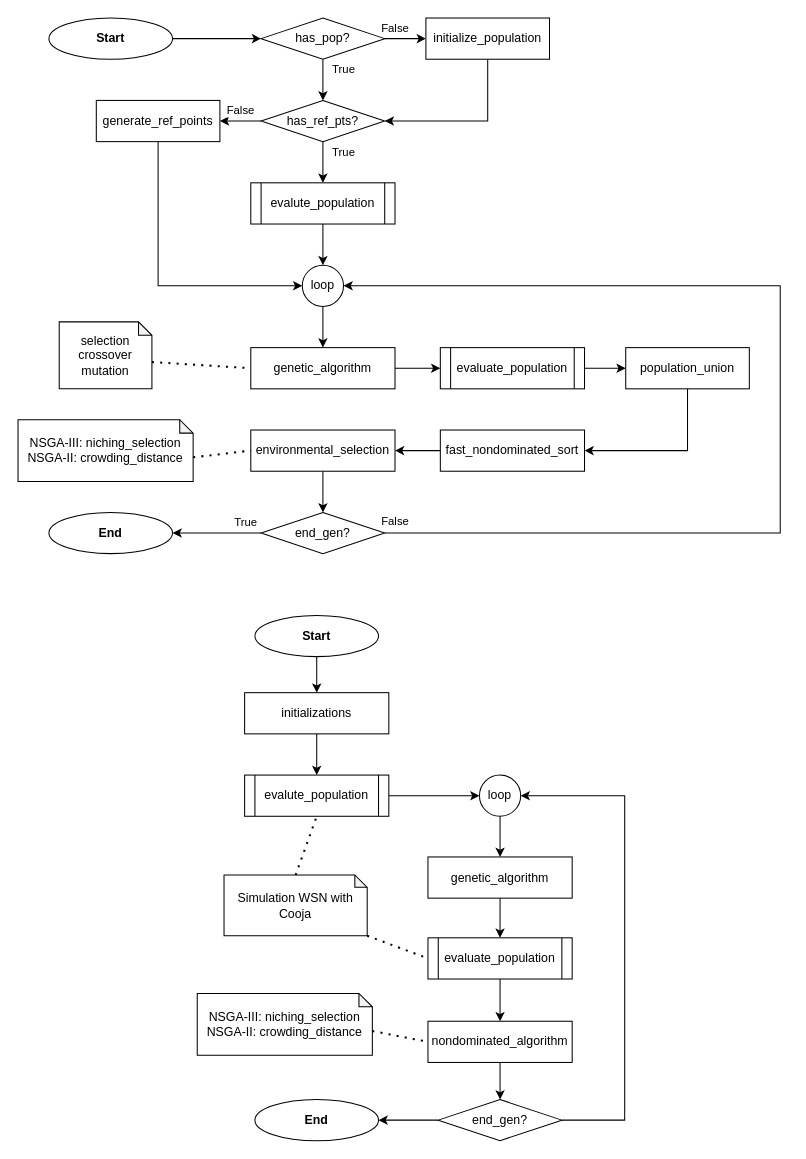
This is page "minimal-nsga-flow" (4 of 6) of docs/diagrams/diagrams.drawio from JunioCesarFerreira/simlab, a draw.io file, before an edit. Source tidied: cells renumbered, new cells numbered last; positions are measured from the earlier drawing's top-left corner, leaving out a move shared by most shapes. Both pictures are drawn from the tidied source at 103%, with x=0, y=0 at pixel (18, 18).
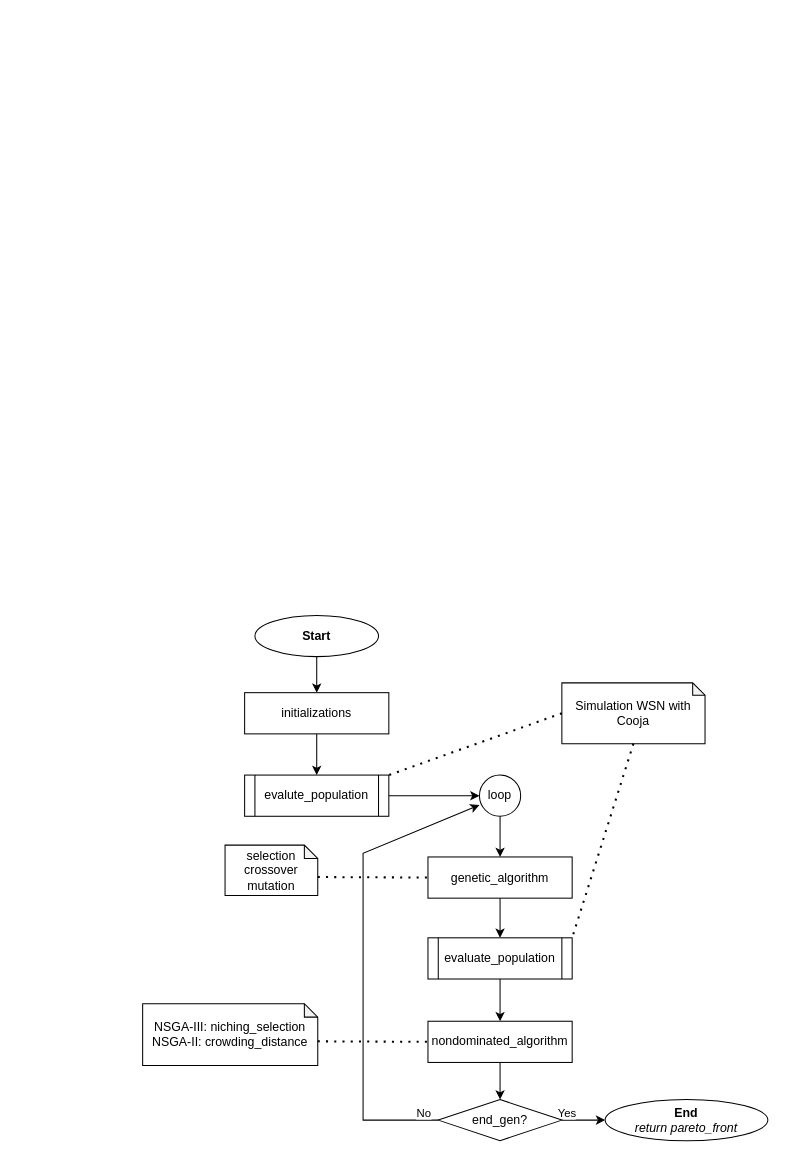
Above is the later version.

Commit message (it also covers changes not shown here):
review: code review nsga3

The change refers to these unchanged cells:
```xml
<mxCell id="41" value="loop" style="ellipse;whiteSpace=wrap;html=1;" parent="1" vertex="1">
  <mxGeometry x="448" y="735" width="40" height="40" as="geometry" />
</mxCell>
<mxCell id="43" value="genetic_algorithm" style="rounded=0;whiteSpace=wrap;html=1;" parent="1" vertex="1">
  <mxGeometry x="398" y="814.5" width="140" height="40" as="geometry" />
</mxCell>
<mxCell id="45" value="&lt;span&gt;evalute_population&lt;/span&gt;" style="shape=process;whiteSpace=wrap;html=1;backgroundOutline=1;size=0.07142857142857142;" parent="1" vertex="1">
  <mxGeometry x="220" y="735" width="140" height="40" as="geometry" />
</mxCell>
<mxCell id="50" value="end_gen?" style="rhombus;whiteSpace=wrap;html=1;" parent="1" vertex="1">
  <mxGeometry x="408" y="1050" width="120" height="40" as="geometry" />
</mxCell>
<mxCell id="53" value="&lt;span&gt;evaluate_population&lt;/span&gt;" style="shape=process;whiteSpace=wrap;html=1;backgroundOutline=1;size=0.07142857142857142;" parent="1" vertex="1">
  <mxGeometry x="398" y="893" width="140" height="40" as="geometry" />
</mxCell>
```

The edit, as a diff of the source:
```diff
@@
-    <mxCell id="2" style="edgeStyle=orthogonalEdgeStyle;rounded=0;jettySize=auto;html=1;exitX=1;exitY=0.5;exitDx=0;exitDy=0;entryX=0;entryY=0.5;entryDx=0;entryDy=0;" parent="1" edge="1" source="3" target="8">
-      <mxGeometry relative="1" as="geometry" />
-    </mxCell>
-    <mxCell id="3" value="&lt;b&gt;Start&lt;/b&gt;" style="ellipse;whiteSpace=wrap;html=1;" parent="1" vertex="1">
-      <mxGeometry x="30" width="120" height="40" as="geometry" />
-    </mxCell>
-    <mxCell id="4" style="edgeStyle=orthogonalEdgeStyle;rounded=0;jettySize=auto;html=1;exitX=0.5;exitY=1;exitDx=0;exitDy=0;entryX=1;entryY=0.5;entryDx=0;entryDy=0;" parent="1" edge="1" source="5" target="11">
-      <mxGeometry relative="1" as="geometry" />
-    </mxCell>
-    <mxCell id="5" value="initialize_population" style="rounded=0;whiteSpace=wrap;html=1;" parent="1" vertex="1">
-      <mxGeometry x="396" width="120" height="40" as="geometry" />
-    </mxCell>
-    <mxCell id="6" value="False" style="edgeStyle=orthogonalEdgeStyle;rounded=0;jettySize=auto;html=1;exitX=1;exitY=0.5;exitDx=0;exitDy=0;entryX=0;entryY=0.5;entryDx=0;entryDy=0;" parent="1" edge="1" source="8" target="5">
-      <mxGeometry x="-0.5" y="10" relative="1" as="geometry" />
-    </mxCell>
-    <mxCell id="7" value="True" style="edgeStyle=orthogonalEdgeStyle;rounded=0;jettySize=auto;html=1;exitX=0.5;exitY=1;exitDx=0;exitDy=0;" parent="1" edge="1" source="8" target="11">
-      <mxGeometry x="-0.5" y="20" relative="1" as="geometry" />
-    </mxCell>
-    <mxCell id="8" value="has_pop?" style="rhombus;whiteSpace=wrap;html=1;" parent="1" vertex="1">
-      <mxGeometry x="236" width="120" height="40" as="geometry" />
-    </mxCell>
-    <mxCell id="9" value="False" style="edgeStyle=orthogonalEdgeStyle;rounded=0;jettySize=auto;html=1;exitX=0;exitY=0.5;exitDx=0;exitDy=0;" parent="1" edge="1" source="11" target="13">
-      <mxGeometry y="-10" relative="1" as="geometry" />
-    </mxCell>
-    <mxCell id="10" value="True" style="edgeStyle=orthogonalEdgeStyle;rounded=0;jettySize=auto;html=1;exitX=0.5;exitY=1;exitDx=0;exitDy=0;" parent="1" edge="1" source="11" target="21">
-      <mxGeometry x="-0.5" y="20" relative="1" as="geometry" />
-    </mxCell>
-    <mxCell id="11" value="has_ref_pts?" style="rhombus;whiteSpace=wrap;html=1;" parent="1" vertex="1">
-      <mxGeometry x="236" y="80" width="120" height="40" as="geometry" />
-    </mxCell>
-    <mxCell id="12" style="edgeStyle=orthogonalEdgeStyle;rounded=0;jettySize=auto;html=1;exitX=0.5;exitY=1;exitDx=0;exitDy=0;entryX=0;entryY=0.5;entryDx=0;entryDy=0;" parent="1" edge="1" source="13" target="15">
-      <mxGeometry relative="1" as="geometry" />
-    </mxCell>
-    <mxCell id="13" value="generate_ref_points" style="rounded=0;whiteSpace=wrap;html=1;" parent="1" vertex="1">
-      <mxGeometry x="76" y="80" width="120" height="40" as="geometry" />
-    </mxCell>
-    <mxCell id="14" style="edgeStyle=orthogonalEdgeStyle;rounded=0;jettySize=auto;html=1;exitX=0.5;exitY=1;exitDx=0;exitDy=0;" parent="1" edge="1" source="15" target="17">
-      <mxGeometry relative="1" as="geometry" />
-    </mxCell>
-    <mxCell id="15" value="loop" style="ellipse;whiteSpace=wrap;html=1;" parent="1" vertex="1">
-      <mxGeometry x="276" y="240" width="40" height="40" as="geometry" />
-    </mxCell>
-    <mxCell id="16" style="edgeStyle=orthogonalEdgeStyle;rounded=0;jettySize=auto;html=1;exitX=1;exitY=0.5;exitDx=0;exitDy=0;" parent="1" edge="1" source="17" target="31">
-      <mxGeometry relative="1" as="geometry" />
-    </mxCell>
-    <mxCell id="17" value="genetic_algorithm" style="rounded=0;whiteSpace=wrap;html=1;" parent="1" vertex="1">
-      <mxGeometry x="226" y="320" width="140" height="40" as="geometry" />
-    </mxCell>
-    <mxCell id="18" style="edgeStyle=orthogonalEdgeStyle;rounded=0;jettySize=auto;html=1;exitX=0;exitY=0.5;exitDx=0;exitDy=0;entryX=1;entryY=0.5;entryDx=0;entryDy=0;" parent="1" edge="1" source="19" target="23">
-      <mxGeometry relative="1" as="geometry" />
-    </mxCell>
-    <mxCell id="19" value="fast_nondominated_sort" style="rounded=0;whiteSpace=wrap;html=1;" parent="1" vertex="1">
-      <mxGeometry x="410" y="400" width="140" height="40" as="geometry" />
-    </mxCell>
-    <mxCell id="20" style="edgeStyle=orthogonalEdgeStyle;rounded=0;jettySize=auto;html=1;exitX=0.5;exitY=1;exitDx=0;exitDy=0;entryX=0.5;entryY=0;entryDx=0;entryDy=0;" parent="1" edge="1" source="21" target="15">
-      <mxGeometry relative="1" as="geometry" />
-    </mxCell>
-    <mxCell id="21" value="&lt;span&gt;evalute_population&lt;/span&gt;" style="shape=process;whiteSpace=wrap;html=1;backgroundOutline=1;size=0.07142857142857142;" parent="1" vertex="1">
-      <mxGeometry x="226" y="160" width="140" height="40" as="geometry" />
-    </mxCell>
-    <mxCell id="22" style="edgeStyle=orthogonalEdgeStyle;rounded=0;jettySize=auto;html=1;exitX=0.5;exitY=1;exitDx=0;exitDy=0;" parent="1" edge="1" source="23" target="26">
-      <mxGeometry relative="1" as="geometry" />
-    </mxCell>
-    <mxCell id="23" value="environmental_selection" style="rounded=0;whiteSpace=wrap;html=1;" parent="1" vertex="1">
-      <mxGeometry x="226" y="400" width="140" height="40" as="geometry" />
-    </mxCell>
-    <mxCell id="24" value="False" style="edgeStyle=orthogonalEdgeStyle;rounded=0;jettySize=auto;html=1;exitX=1;exitY=0.5;exitDx=0;exitDy=0;entryX=1;entryY=0.5;entryDx=0;entryDy=0;" parent="1" edge="1" source="26" target="15">
-      <mxGeometry x="-0.98" y="11" relative="1" as="geometry">
-        <Array as="points">
-          <mxPoint x="740" y="500" />
-          <mxPoint x="740" y="260" />
-        </Array>
-      </mxGeometry>
-    </mxCell>
-    <mxCell id="25" value="True" style="edgeStyle=orthogonalEdgeStyle;rounded=0;jettySize=auto;html=1;exitX=0;exitY=0.5;exitDx=0;exitDy=0;entryX=1;entryY=0.5;entryDx=0;entryDy=0;" parent="1" edge="1" source="26" target="27">
-      <mxGeometry x="-0.65" y="-10" relative="1" as="geometry" />
-    </mxCell>
-    <mxCell id="26" value="end_gen?" style="rhombus;whiteSpace=wrap;html=1;" parent="1" vertex="1">
-      <mxGeometry x="236" y="480" width="120" height="40" as="geometry" />
-    </mxCell>
-    <mxCell id="27" value="&lt;b&gt;End&lt;/b&gt;" style="ellipse;whiteSpace=wrap;html=1;" parent="1" vertex="1">
-      <mxGeometry x="30" y="480" width="120" height="40" as="geometry" />
-    </mxCell>
-    <mxCell id="28" value="selection&lt;br&gt;crossover&lt;br&gt;mutation" style="shape=note;whiteSpace=wrap;html=1;backgroundOutline=1;darkOpacity=0.05;size=13;" parent="1" vertex="1">
-      <mxGeometry x="40" y="295" width="90" height="65" as="geometry" />
-    </mxCell>
-    <mxCell id="29" value="NSGA-III: niching_selection&lt;br&gt;NSGA-II: crowding_distance" style="shape=note;whiteSpace=wrap;html=1;backgroundOutline=1;darkOpacity=0.05;size=13;" parent="1" vertex="1">
-      <mxGeometry y="390" width="170" height="60" as="geometry" />
-    </mxCell>
-    <mxCell id="30" style="edgeStyle=orthogonalEdgeStyle;rounded=0;jettySize=auto;html=1;exitX=1;exitY=0.5;exitDx=0;exitDy=0;entryX=0;entryY=0.5;entryDx=0;entryDy=0;" parent="1" edge="1" source="31" target="35">
-      <mxGeometry relative="1" as="geometry" />
-    </mxCell>
-    <mxCell id="31" value="&lt;span&gt;evaluate_population&lt;/span&gt;" style="shape=process;whiteSpace=wrap;html=1;backgroundOutline=1;size=0.07142857142857142;" parent="1" vertex="1">
-      <mxGeometry x="410" y="320" width="140" height="40" as="geometry" />
-    </mxCell>
-    <mxCell id="32" style="endArrow=none;dashed=1;html=1;dashPattern=1 3;strokeWidth=2;entryX=0;entryY=0.5;entryDx=0;entryDy=0;exitX=0;exitY=0;exitDx=90;exitDy=39;exitPerimeter=0;" parent="1" edge="1" source="28" target="17">
-      <mxGeometry relative="1" as="geometry" />
-    </mxCell>
-    <mxCell id="33" style="endArrow=none;dashed=1;html=1;dashPattern=1 3;strokeWidth=2;entryX=0;entryY=0.5;entryDx=0;entryDy=0;exitX=0;exitY=0;exitDx=170;exitDy=36.5;exitPerimeter=0;" parent="1" edge="1" source="29" target="23">
-      <mxGeometry relative="1" as="geometry" />
-    </mxCell>
-    <mxCell id="34" style="edgeStyle=orthogonalEdgeStyle;rounded=0;jettySize=auto;html=1;exitX=0.5;exitY=1;exitDx=0;exitDy=0;entryX=1;entryY=0.5;entryDx=0;entryDy=0;" parent="1" edge="1" source="35" target="19">
-      <mxGeometry relative="1" as="geometry" />
-    </mxCell>
-    <mxCell id="35" value="population_union" style="rounded=0;whiteSpace=wrap;html=1;" parent="1" vertex="1">
-      <mxGeometry x="590" y="320" width="120" height="40" as="geometry" />
-    </mxCell>
@@
+    <mxCell id="49" value="No" style="rounded=0;jettySize=auto;html=1;exitX=0;exitY=0.5;exitDx=0;exitDy=0;entryX=0;entryY=0.725;entryDx=0;entryDy=0;entryPerimeter=0;endArrow=classic;endFill=1;" parent="1" edge="1" source="50" target="41">
+      <mxGeometry x="-0.94" y="-7" relative="1" as="geometry">
+        <Array as="points">
+          <mxPoint x="335" y="1070" />
+          <mxPoint x="335" y="811" />
+        </Array>
+      </mxGeometry>
+    </mxCell>
-    <mxCell id="48" style="edgeStyle=orthogonalEdgeStyle;rounded=0;jettySize=auto;html=1;exitX=0;exitY=0.5;exitDx=0;exitDy=0;" parent="1" edge="1" source="50" target="51">
-      <mxGeometry relative="1" as="geometry" />
+    <mxCell id="48" value="Yes" style="edgeStyle=none;rounded=0;jettySize=auto;html=1;exitX=1;exitY=0.5;exitDx=0;exitDy=0;entryX=0;entryY=0.5;entryDx=0;entryDy=0;endArrow=classic;endFill=1;" parent="1" edge="1" source="50" target="51">
+      <mxGeometry x="-0.76" y="7" relative="1" as="geometry" />
     </mxCell>
-    <mxCell id="49" style="edgeStyle=orthogonalEdgeStyle;rounded=0;jettySize=auto;html=1;exitX=1;exitY=0.5;exitDx=0;exitDy=0;entryX=1;entryY=0.5;entryDx=0;entryDy=0;" parent="1" edge="1" source="50" target="41">
-      <mxGeometry relative="1" as="geometry">
-        <Array as="points">
-          <mxPoint x="589" y="1070" />
-          <mxPoint x="589" y="755" />
-        </Array>
-      </mxGeometry>
-    </mxCell>
@@
-    <mxCell id="51" value="&lt;b&gt;End&lt;/b&gt;" style="ellipse;whiteSpace=wrap;html=1;" parent="1" vertex="1">
-      <mxGeometry x="230" y="1050" width="120" height="40" as="geometry" />
+    <mxCell id="51" value="&lt;b&gt;End&lt;/b&gt;&lt;br&gt;&lt;i&gt;return pareto_front&lt;/i&gt;" style="ellipse;whiteSpace=wrap;html=1;" parent="1" vertex="1">
+      <mxGeometry x="570" y="1050" width="158" height="40" as="geometry" />
     </mxCell>
@@
     <mxCell id="54" value="Simulation WSN with Cooja" style="shape=note;whiteSpace=wrap;html=1;backgroundOutline=1;darkOpacity=0.05;size=12;" parent="1" vertex="1">
-      <mxGeometry x="200" y="832" width="139" height="59" as="geometry" />
+      <mxGeometry x="528" y="645.5" width="139" height="59" as="geometry" />
     </mxCell>
-    <mxCell id="55" style="endArrow=none;dashed=1;html=1;dashPattern=1 3;strokeWidth=2;entryX=0.5;entryY=1;entryDx=0;entryDy=0;exitX=0.5;exitY=0;exitDx=0;exitDy=0;exitPerimeter=0;" parent="1" edge="1" source="54" target="45">
+    <mxCell id="55" style="endArrow=none;dashed=1;html=1;dashPattern=1 3;strokeWidth=2;entryX=1;entryY=0;entryDx=0;entryDy=0;exitX=0;exitY=0.5;exitDx=0;exitDy=0;exitPerimeter=0;" parent="1" edge="1" source="54" target="45">
       <mxGeometry relative="1" as="geometry" />
     </mxCell>
-    <mxCell id="56" style="endArrow=none;dashed=1;html=1;dashPattern=1 3;strokeWidth=2;entryX=0;entryY=0.5;entryDx=0;entryDy=0;exitX=1;exitY=1;exitDx=0;exitDy=0;exitPerimeter=0;" parent="1" edge="1" source="54" target="53">
+    <mxCell id="56" style="endArrow=none;dashed=1;html=1;dashPattern=1 3;strokeWidth=2;entryX=1;entryY=0;entryDx=0;entryDy=0;exitX=0.5;exitY=1;exitDx=0;exitDy=0;exitPerimeter=0;" parent="1" edge="1" source="54" target="53">
       <mxGeometry relative="1" as="geometry" />
     </mxCell>
     <mxCell id="57" value="NSGA-III: niching_selection&lt;br&gt;NSGA-II: crowding_distance" style="shape=note;whiteSpace=wrap;html=1;backgroundOutline=1;darkOpacity=0.05;size=13;" parent="1" vertex="1">
-      <mxGeometry x="174" y="947" width="170" height="60" as="geometry" />
+      <mxGeometry x="121" y="957" width="170" height="60" as="geometry" />
     </mxCell>
@@
+    <mxCell id="28" value="selection&lt;br&gt;crossover&lt;br&gt;mutation" style="shape=note;whiteSpace=wrap;html=1;backgroundOutline=1;darkOpacity=0.05;size=13;" parent="1" vertex="1">
+      <mxGeometry x="201" y="803" width="90" height="49" as="geometry" />
+    </mxCell>
+    <mxCell id="59" style="endArrow=none;dashed=1;html=1;dashPattern=1 3;strokeWidth=2;entryX=0;entryY=0.5;entryDx=0;entryDy=0;exitX=0;exitY=0;exitDx=90;exitDy=31;exitPerimeter=0;" parent="1" edge="1" source="28" target="43">
+      <mxGeometry relative="1" as="geometry" />
+    </mxCell>
```
